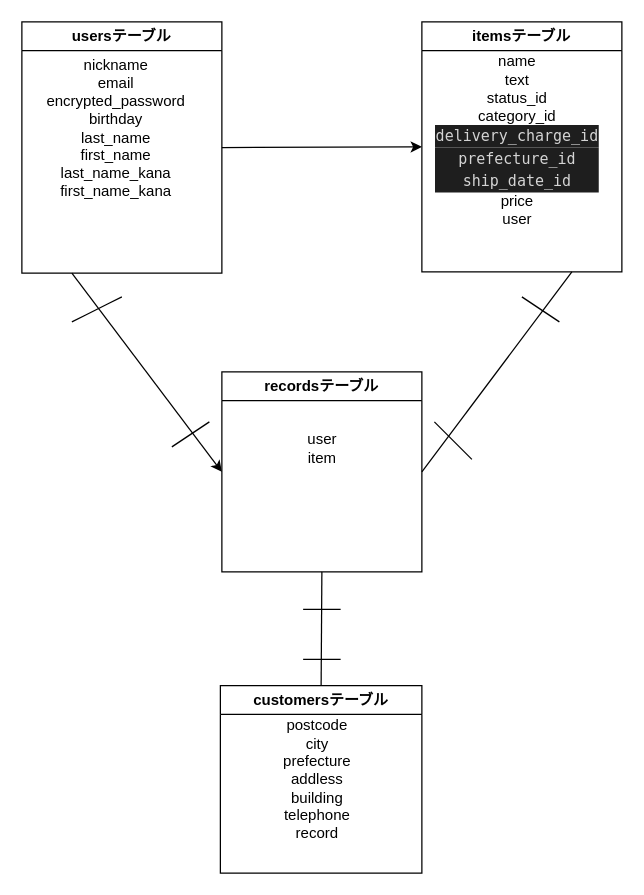
Before: furima.dio in yk031000/furima-38576, a draw.io diagram. Source tidied: cells renumbered, new cells numbered last; positions are measured from the earlier drawing's top-left corner, leaving out a move shared by most shapes. Both pictures are drawn from the tidied source at 125%, with x=0, y=0 at pixel (21, 21).
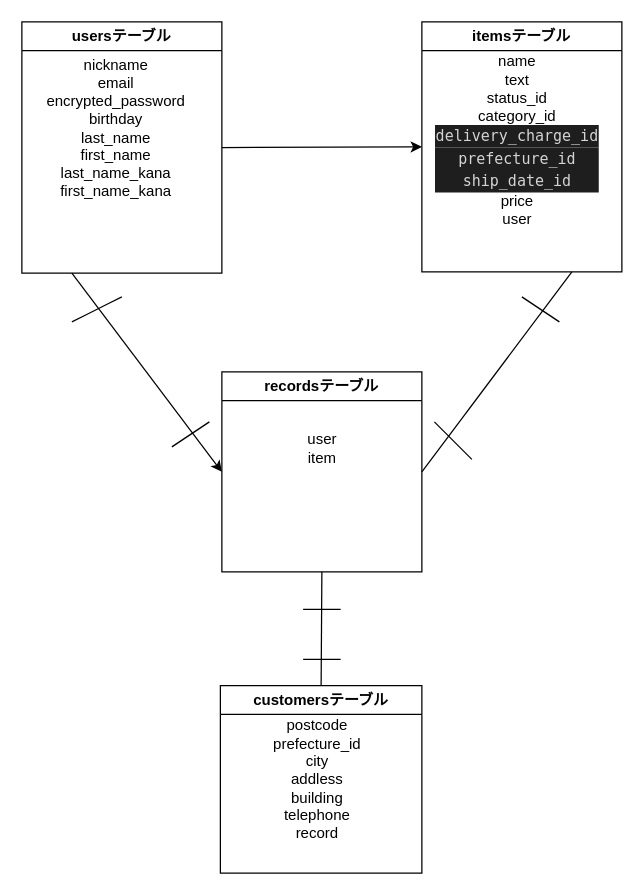
Above is the later version.

Commit message (it also covers changes not shown here):
データベース設計作成

The change refers to these unchanged cells:
```xml
<mxCell id="11" value="customersテーブル" style="swimlane;whiteSpace=wrap;html=1;startSize=23;" parent="1" vertex="1">
  <mxGeometry x="158.8" y="531" width="161.2" height="150" as="geometry" />
</mxCell>
```

The edit, as a diff of the source:
```diff
@@
-    <mxCell id="12" value="postcode&lt;br&gt;city&lt;br&gt;prefecture&lt;br&gt;addless&lt;br&gt;building&lt;br&gt;telephone&lt;br&gt;&lt;span style=&quot;background-color: initial;&quot;&gt;record&lt;/span&gt;" style="text;html=1;align=center;verticalAlign=middle;strokeColor=none;fillColor=none;" parent="11" vertex="1">
-      <mxGeometry x="37.5" y="20" width="80" height="110" as="geometry" />
+    <mxCell id="12" value="postcode&lt;br&gt;prefecture_id&lt;br&gt;city&lt;br&gt;addless&lt;br&gt;building&lt;br&gt;telephone&lt;br&gt;&lt;span style=&quot;background-color: initial;&quot;&gt;record&lt;/span&gt;" style="text;html=1;align=center;verticalAlign=middle;strokeColor=none;fillColor=none;" parent="11" vertex="1">
+      <mxGeometry x="32.5" y="20" width="90" height="110" as="geometry" />
     </mxCell>
```
